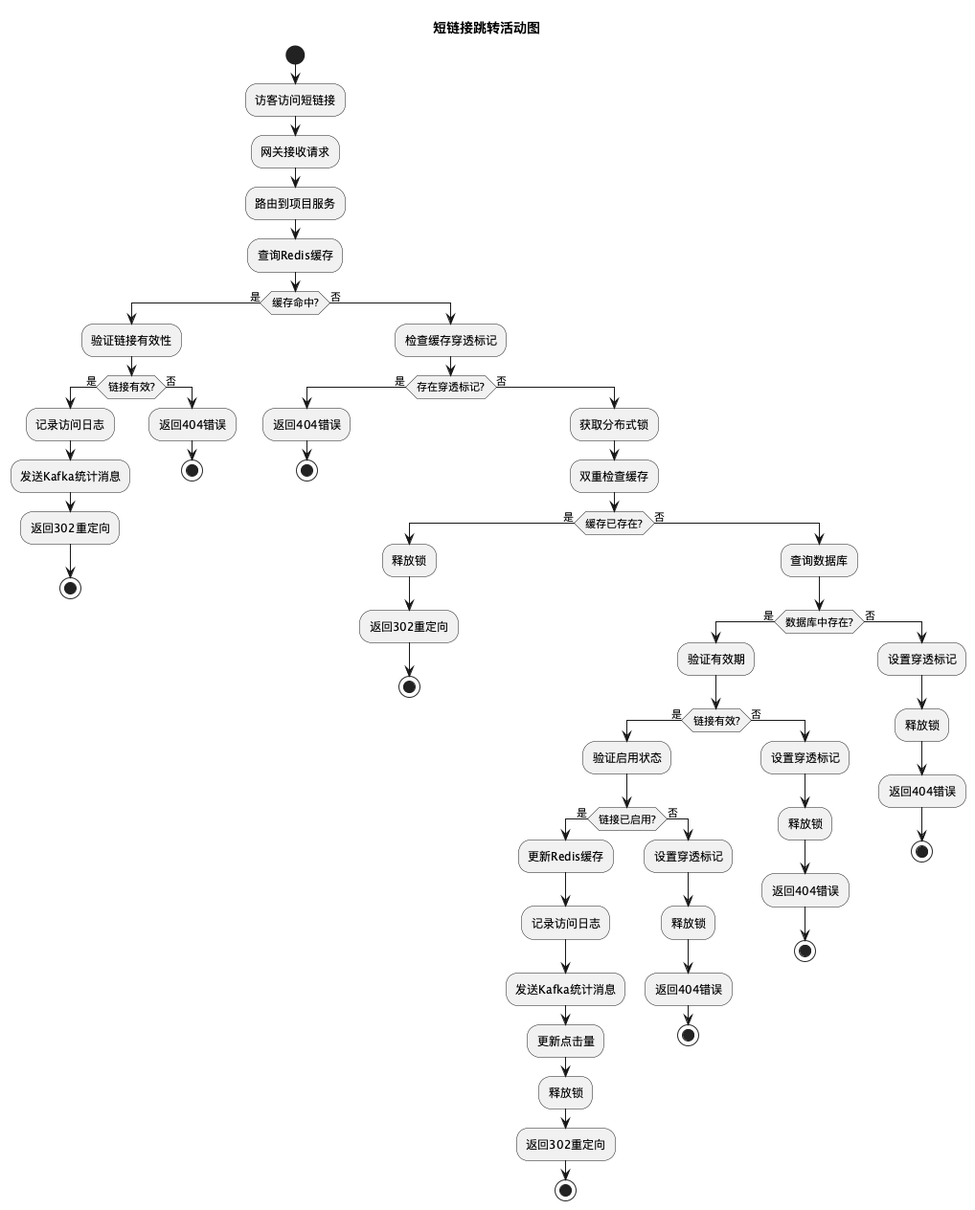
Before: images/plantuml_13_ff811f91.png, a diagram exported from PlantUML (xDuoooo/short-link).
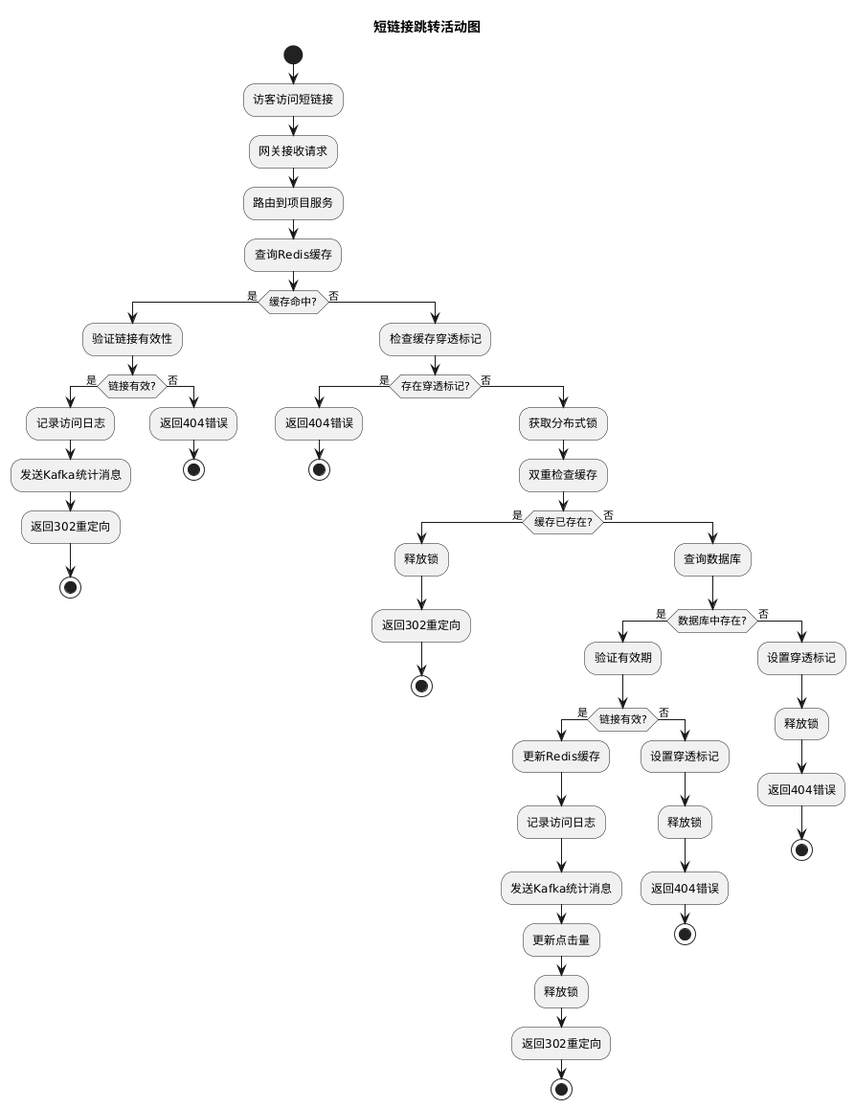
After the commit.

Diff of the diagram source:
```diff
@@ -7,61 +7,53 @@
 :路由到项目服务;
 :查询Redis缓存;
 if (缓存命中?) then (是)
-    :验证链接有效性;
-    if (链接有效?) then (是)
-        :记录访问日志;
-        :发送Kafka统计消息;
-        :返回302重定向;
-        stop
-    else (否)
-        :返回404错误;
-        stop
-    endif
+:验证链接有效性;
+if (链接有效?) then (是)
+:记录访问日志;
+:发送Kafka统计消息;
+:返回302重定向;
+stop
 else (否)
-    :检查缓存穿透标记;
-    if (存在穿透标记?) then (是)
-        :返回404错误;
-        stop
-    else (否)
-        :获取分布式锁;
-        :双重检查缓存;
-        if (缓存已存在?) then (是)
-            :释放锁;
-            :返回302重定向;
-            stop
-        else (否)
-            :查询数据库;
-            if (数据库中存在?) then (是)
-                :验证有效期;
-                if (链接有效?) then (是)
-                    :验证启用状态;
-                    if (链接已启用?) then (是)
-                        :更新Redis缓存;
-                        :记录访问日志;
-                        :发送Kafka统计消息;
-                        :更新点击量;
-                        :释放锁;
-                        :返回302重定向;
-                        stop
-                    else (否)
-                        :设置穿透标记;
-                        :释放锁;
-                        :返回404错误;
-                        stop
-                    endif
-                else (否)
-                    :设置穿透标记;
-                    :释放锁;
-                    :返回404错误;
-                    stop
-                endif
-            else (否)
-                :设置穿透标记;
-                :释放锁;
-                :返回404错误;
-                stop
-            endif
-        endif
-    endif
+:返回404错误;
+stop
+endif
+else (否)
+:检查缓存穿透标记;
+if (存在穿透标记?) then (是)
+:返回404错误;
+stop
+else (否)
+:获取分布式锁;
+:双重检查缓存;
+if (缓存已存在?) then (是)
+:释放锁;
+:返回302重定向;
+stop
+else (否)
+:查询数据库;
+if (数据库中存在?) then (是)
+:验证有效期;
+if (链接有效?) then (是)
+:更新Redis缓存;
+:记录访问日志;
+:发送Kafka统计消息;
+:更新点击量;
+:释放锁;
+:返回302重定向;
+stop
+else (否)
+:设置穿透标记;
+:释放锁;
+:返回404错误;
+stop
+endif
+else (否)
+:设置穿透标记;
+:释放锁;
+:返回404错误;
+stop
+endif
+endif
+endif
 endif
 @enduml
```
